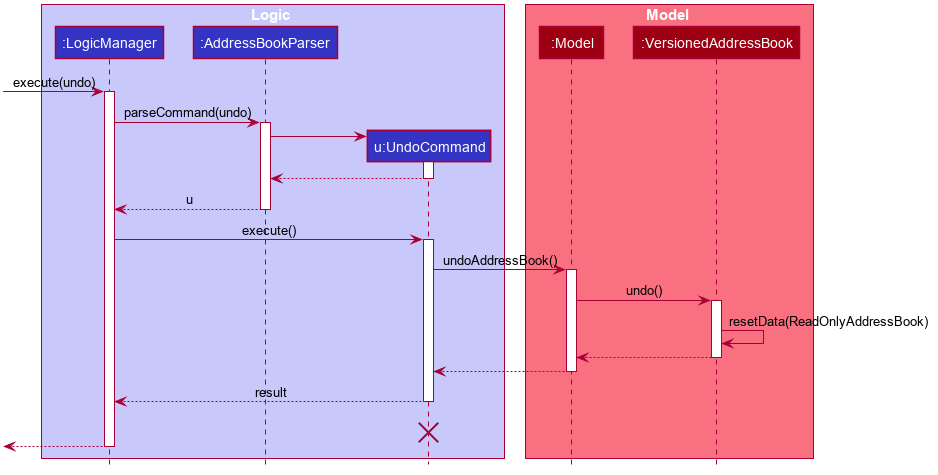
The PlantUML diagram docs/images/UndoSequenceDiagram.png in nus-cs2103-AY2223S1/tp, before a commit. Source of this version:
```plantuml
@startuml








skinparam BackgroundColor #FFFFFFF

skinparam Shadowing false

skinparam Class {
    FontColor #FFFFFF
    BorderThickness 1
    BorderColor #FFFFFF
    StereotypeFontColor #FFFFFF
    FontName Arial
}

skinparam Actor {
    BorderColor #000000
    Color #000000
    FontName Arial
}

skinparam Sequence {
    MessageAlign center
    BoxFontSize 15
    BoxPadding 0
    BoxFontColor #FFFFFF
    FontName Arial
}

skinparam Participant {
    FontColor #FFFFFFF
    Padding 20
}

skinparam MinClassWidth 50
skinparam ParticipantPadding 10
skinparam Shadowing false
skinparam DefaultTextAlignment center
skinparam packageStyle Rectangle

hide footbox
hide members
hide circle

box Logic #C8C8FA
participant ":LogicManager" as LogicManager #3333C4
participant ":AddressBookParser" as AddressBookParser #3333C4
participant "u:UndoCommand" as UndoCommand #3333C4
end box

box Model #F97181
participant ":Model" as Model #9D0012
participant ":VersionedAddressBook" as VersionedAddressBook #9D0012
end box
[-> LogicManager : execute(undo)
activate LogicManager

LogicManager -> AddressBookParser : parseCommand(undo)
activate AddressBookParser

create UndoCommand
AddressBookParser -> UndoCommand
activate UndoCommand

UndoCommand --> AddressBookParser
deactivate UndoCommand

AddressBookParser --> LogicManager : u
deactivate AddressBookParser

LogicManager -> UndoCommand : execute()
activate UndoCommand

UndoCommand -> Model : undoAddressBook()
activate Model

Model -> VersionedAddressBook : undo()
activate VersionedAddressBook

VersionedAddressBook -> VersionedAddressBook :resetData(ReadOnlyAddressBook)
VersionedAddressBook --> Model :
deactivate VersionedAddressBook

Model --> UndoCommand
deactivate Model

UndoCommand --> LogicManager : result
deactivate UndoCommand
UndoCommand -[hidden]-> LogicManager : result
destroy UndoCommand

[<--LogicManager
deactivate LogicManager
@enduml
```
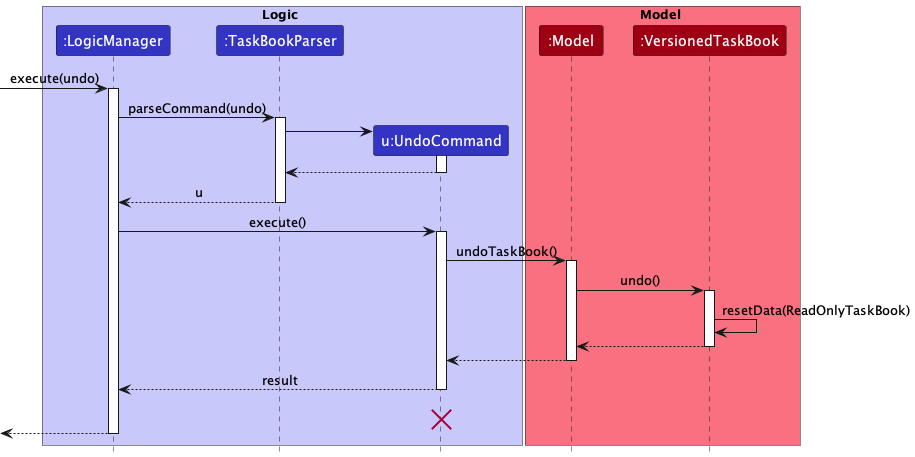
Later version of the same file.

Diff of the diagram source:
```diff
@@ -1,91 +1,44 @@
 @startuml
+!include style.puml
 
-
-
-
-
-
-
-
-skinparam BackgroundColor #FFFFFFF
-
-skinparam Shadowing false
-
-skinparam Class {
-    FontColor #FFFFFF
-    BorderThickness 1
-    BorderColor #FFFFFF
-    StereotypeFontColor #FFFFFF
-    FontName Arial
-}
-
-skinparam Actor {
-    BorderColor #000000
-    Color #000000
-    FontName Arial
-}
-
-skinparam Sequence {
-    MessageAlign center
-    BoxFontSize 15
-    BoxPadding 0
-    BoxFontColor #FFFFFF
-    FontName Arial
-}
-
-skinparam Participant {
-    FontColor #FFFFFFF
-    Padding 20
-}
-
-skinparam MinClassWidth 50
-skinparam ParticipantPadding 10
-skinparam Shadowing false
-skinparam DefaultTextAlignment center
-skinparam packageStyle Rectangle
-
-hide footbox
-hide members
-hide circle
-
-box Logic #C8C8FA
-participant ":LogicManager" as LogicManager #3333C4
-participant ":AddressBookParser" as AddressBookParser #3333C4
-participant "u:UndoCommand" as UndoCommand #3333C4
+box Logic LOGIC_COLOR_T1
+participant ":LogicManager" as LogicManager LOGIC_COLOR
+participant ":TaskBookParser" as TaskBookParser LOGIC_COLOR
+participant "u:UndoCommand" as UndoCommand LOGIC_COLOR
 end box
 
-box Model #F97181
-participant ":Model" as Model #9D0012
-participant ":VersionedAddressBook" as VersionedAddressBook #9D0012
+box Model MODEL_COLOR_T1
+participant ":Model" as Model MODEL_COLOR
+participant ":VersionedTaskBook" as VersionedTaskBook MODEL_COLOR
 end box
 [-> LogicManager : execute(undo)
 activate LogicManager
 
-LogicManager -> AddressBookParser : parseCommand(undo)
-activate AddressBookParser
+LogicManager -> TaskBookParser : parseCommand(undo)
+activate TaskBookParser
 
 create UndoCommand
-AddressBookParser -> UndoCommand
+TaskBookParser -> UndoCommand
 activate UndoCommand
 
-UndoCommand --> AddressBookParser
+UndoCommand --> TaskBookParser
 deactivate UndoCommand
 
-AddressBookParser --> LogicManager : u
-deactivate AddressBookParser
+TaskBookParser --> LogicManager : u
+deactivate TaskBookParser
 
 LogicManager -> UndoCommand : execute()
 activate UndoCommand
 
-UndoCommand -> Model : undoAddressBook()
+UndoCommand -> Model : undoTaskBook()
 activate Model
 
-Model -> VersionedAddressBook : undo()
-activate VersionedAddressBook
+Model -> VersionedTaskBook : undo()
+activate VersionedTaskBook
 
-VersionedAddressBook -> VersionedAddressBook :resetData(ReadOnlyAddressBook)
-VersionedAddressBook --> Model :
-deactivate VersionedAddressBook
+VersionedTaskBook -> VersionedTaskBook :resetData(ReadOnlyTaskBook)
+VersionedTaskBook --> Model :
+deactivate VersionedTaskBook
 
 Model --> UndoCommand
 deactivate Model
```
